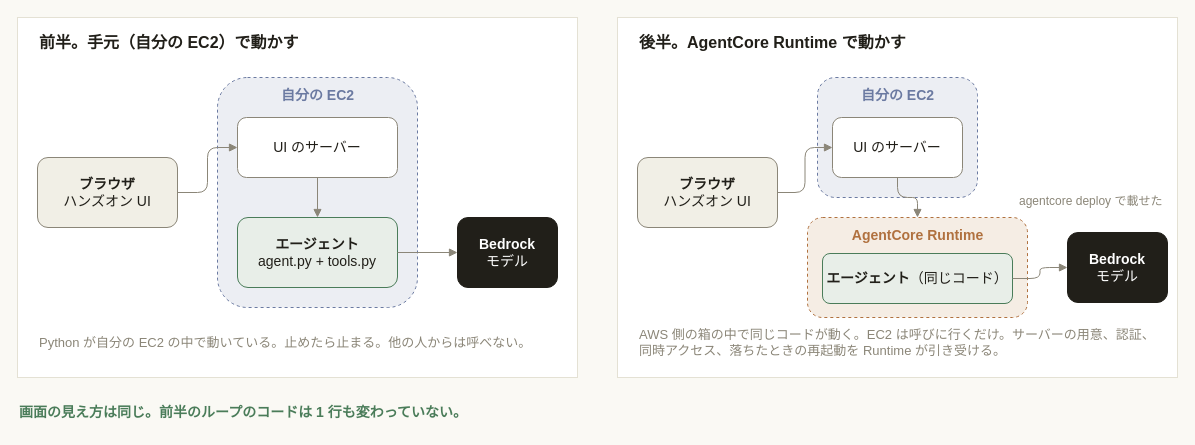
This is docs/images/local-vs-runtime.drawio from umitsu-tech/agentcore-handson-env, a draw.io file, before an edit. Source tidied: cells renumbered, new cells numbered last; positions are measured from the earlier drawing's top-left corner, leaving out a move shared by most shapes. Both pictures are drawn from the tidied source at 100%, with x=0, y=0 at pixel (17, 17).
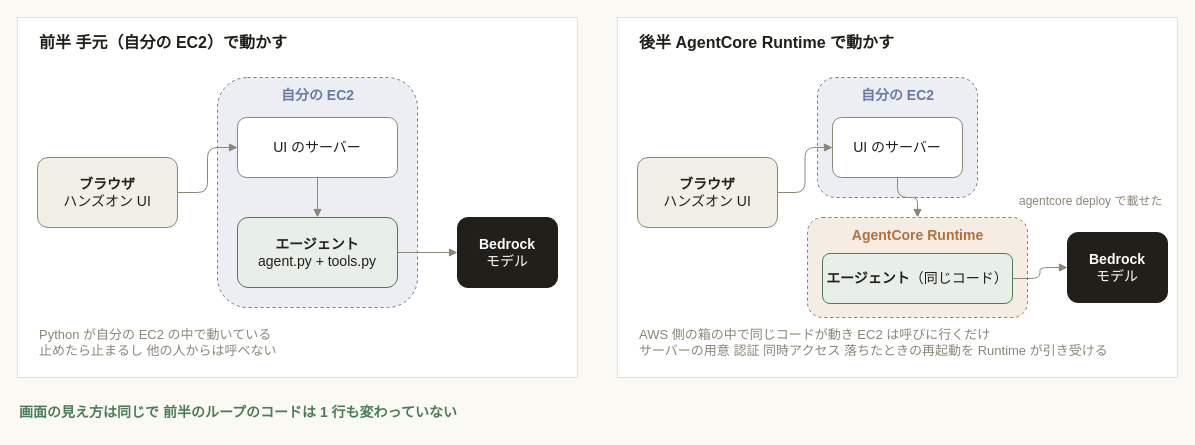
Above is the later version.

The edit, as a diff of the source:
```diff
@@
-    <mxCell id="3" value="前半。手元（自分の EC2）で動かす" style="text;html=1;strokeColor=none;fillColor=none;align=left;verticalAlign=middle;fontSize=16;fontStyle=1;fontColor=#211f19;" parent="1" vertex="1">
+    <mxCell id="3" value="前半 手元（自分の EC2）で動かす" style="text;html=1;strokeColor=none;fillColor=none;align=left;verticalAlign=middle;fontSize=16;fontStyle=1;fontColor=#211f19;" parent="1" vertex="1">
       <mxGeometry x="20" y="10" width="400" height="30" as="geometry" />
     </mxCell>
@@
-    <mxCell id="13" value="Python が自分の EC2 の中で動いている。止めたら止まる。他の人からは呼べない。" style="text;html=1;strokeColor=none;fillColor=none;align=left;verticalAlign=middle;whiteSpace=wrap;fontSize=13;fontColor=#8b8678;" parent="1" vertex="1">
+    <mxCell id="13" value="Python が自分の EC2 の中で動いている&lt;br&gt;止めたら止まるし 他の人からは呼べない" style="text;html=1;strokeColor=none;fillColor=none;align=left;verticalAlign=middle;whiteSpace=wrap;fontSize=13;fontColor=#8b8678;" parent="1" vertex="1">
       <mxGeometry x="20" y="305" width="520" height="40" as="geometry" />
     </mxCell>
@@
-    <mxCell id="15" value="後半。AgentCore Runtime で動かす" style="text;html=1;strokeColor=none;fillColor=none;align=left;verticalAlign=middle;fontSize=16;fontStyle=1;fontColor=#211f19;" parent="1" vertex="1">
+    <mxCell id="15" value="後半 AgentCore Runtime で動かす" style="text;html=1;strokeColor=none;fillColor=none;align=left;verticalAlign=middle;fontSize=16;fontStyle=1;fontColor=#211f19;" parent="1" vertex="1">
       <mxGeometry x="620" y="10" width="400" height="30" as="geometry" />
     </mxCell>
@@
-    <mxCell id="28" value="AWS 側の箱の中で同じコードが動く。EC2 は呼びに行くだけ。サーバーの用意、認証、同時アクセス、落ちたときの再起動を Runtime が引き受ける。" style="text;html=1;strokeColor=none;fillColor=none;align=left;verticalAlign=middle;whiteSpace=wrap;fontSize=13;fontColor=#8b8678;" parent="1" vertex="1">
+    <mxCell id="28" value="AWS 側の箱の中で同じコードが動き EC2 は呼びに行くだけ&lt;br&gt;サーバーの用意 認証 同時アクセス 落ちたときの再起動を Runtime が引き受ける" style="text;html=1;strokeColor=none;fillColor=none;align=left;verticalAlign=middle;whiteSpace=wrap;fontSize=13;fontColor=#8b8678;" parent="1" vertex="1">
       <mxGeometry x="620" y="305" width="520" height="40" as="geometry" />
     </mxCell>
-    <mxCell id="29" value="画面の見え方は同じ。前半のループのコードは 1 行も変わっていない。" style="text;html=1;strokeColor=none;fillColor=none;align=left;verticalAlign=middle;whiteSpace=wrap;fontSize=14;fontStyle=1;fontColor=#4a7c59;" parent="1" vertex="1">
+    <mxCell id="29" value="画面の見え方は同じで 前半のループのコードは 1 行も変わっていない" style="text;html=1;strokeColor=none;fillColor=none;align=left;verticalAlign=middle;whiteSpace=wrap;fontSize=14;fontStyle=1;fontColor=#4a7c59;" parent="1" vertex="1">
       <mxGeometry y="380" width="800" height="30" as="geometry" />
     </mxCell>
```
